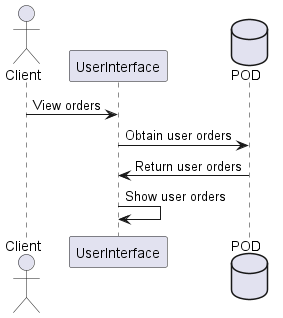
This is images/Ver pedidos.png from Arquisoft/dede_es1a, a PlantUML export, as it was before one commit.
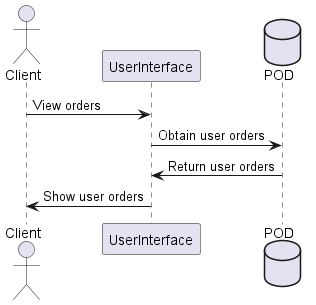
After the change.

The edit, as a diff of the source:
```diff
@@ -5,5 +5,5 @@
 Client -> UserInterface: View orders
 UserInterface -> "POD": Obtain user orders
 "POD" -> UserInterface: Return user orders
-UserInterface -> UserInterface: Show user orders
+UserInterface -> Client: Show user orders
 @enduml
```
